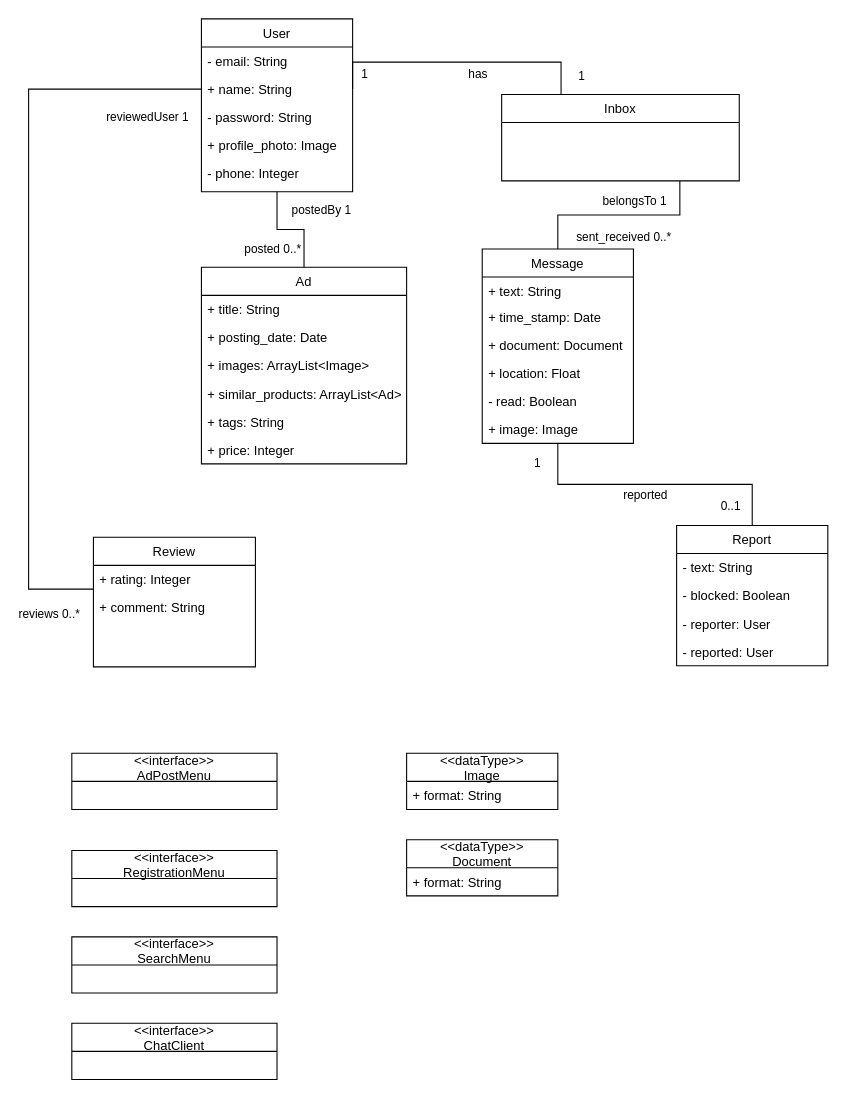
Above: Phase1Domain.drawio in spjanic10/BuySellWebApp (draw.io), before the change. Source tidied: cells renumbered, new cells numbered last; positions are measured from the earlier drawing's top-left corner, leaving out a move shared by most shapes. Both pictures are drawn from the tidied source at 108%, with x=0, y=0 at pixel (28, 18).
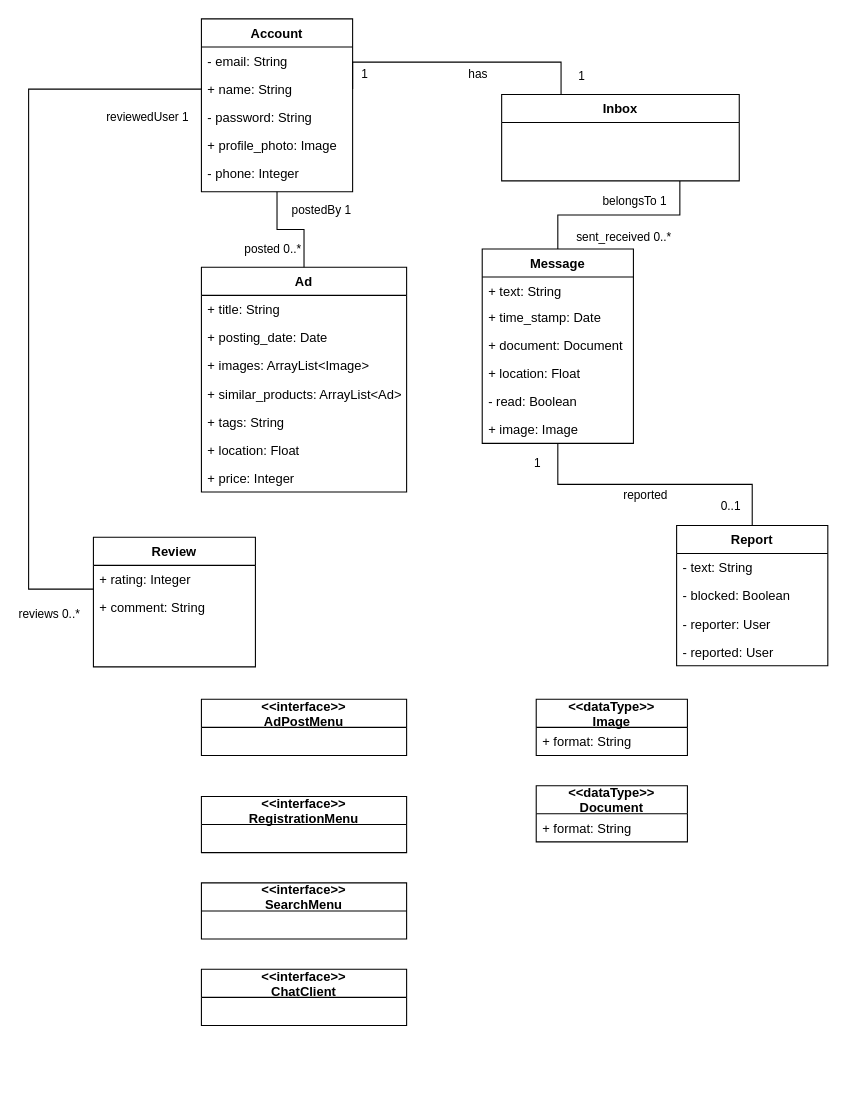
Above is the later version.

Change to the diagram source:
```diff
@@
-    <mxCell id="2" value="Inbox" style="swimlane;fontStyle=0;align=center;verticalAlign=top;horizontal=1;startSize=26;rounded=0;shadow=0;strokeWidth=1;" parent="1" vertex="1">
+    <mxCell id="2" value="Inbox" style="swimlane;fontStyle=1;align=center;verticalAlign=top;horizontal=1;startSize=26;rounded=0;shadow=0;strokeWidth=1;" parent="1" vertex="1">
       <mxGeometry x="438" y="70" width="220" height="80" as="geometry" />
     </mxCell>
-    <mxCell id="3" value="Review" style="swimlane;fontStyle=0;align=center;verticalAlign=top;horizontal=1;startSize=26;rounded=0;shadow=0;strokeWidth=1;" parent="1" vertex="1">
+    <mxCell id="3" value="Review" style="swimlane;fontStyle=1;align=center;verticalAlign=top;horizontal=1;startSize=26;rounded=0;shadow=0;strokeWidth=1;" parent="1" vertex="1">
       <mxGeometry x="60" y="480" width="150" height="120" as="geometry" />
     </mxCell>
@@
-    <mxCell id="13" value="Ad" style="swimlane;fontStyle=0;horizontal=1;startSize=26;fillColor=none;" parent="1" vertex="1">
-      <mxGeometry x="160" y="230" width="190" height="182" as="geometry" />
+    <mxCell id="13" value="Ad" style="swimlane;fontStyle=1;horizontal=1;startSize=26;fillColor=none;" parent="1" vertex="1">
+      <mxGeometry x="160" y="230" width="190" height="208" as="geometry" />
     </mxCell>
@@
+    <mxCell id="56" value="+ location: Float" style="text;strokeColor=none;fillColor=none;align=left;verticalAlign=top;spacingLeft=4;spacingRight=4;overflow=hidden;" parent="13" vertex="1">
+      <mxGeometry y="156" width="190" height="26" as="geometry" />
+    </mxCell>
     <mxCell id="19" value="+ price: Integer" style="text;strokeColor=none;fillColor=none;align=left;verticalAlign=top;spacingLeft=4;spacingRight=4;overflow=hidden;" parent="13" vertex="1">
-      <mxGeometry y="156" width="190" height="26" as="geometry" />
+      <mxGeometry y="182" width="190" height="26" as="geometry" />
     </mxCell>
@@
-    <mxCell id="23" value="Message" style="swimlane;fontStyle=0;horizontal=1;startSize=26;fillColor=none;" parent="1" vertex="1">
+    <mxCell id="23" value="Message" style="swimlane;fontStyle=1;horizontal=1;startSize=26;fillColor=none;" parent="1" vertex="1">
       <mxGeometry x="420" y="213" width="140" height="180" as="geometry" />
     </mxCell>
@@
-    <mxCell id="34" value="Report" style="swimlane;fontStyle=0;horizontal=1;startSize=26;fillColor=none;" parent="1" vertex="1">
+    <mxCell id="34" value="Report" style="swimlane;fontStyle=1;horizontal=1;startSize=26;fillColor=none;" parent="1" vertex="1">
       <mxGeometry x="600" y="469" width="140" height="130" as="geometry" />
     </mxCell>
@@
-    <mxCell id="39" value="User" style="swimlane;fontStyle=0;horizontal=1;startSize=26;fillColor=none;" parent="1" vertex="1">
+    <mxCell id="39" value="Account" style="swimlane;fontStyle=1;horizontal=1;startSize=26;fillColor=none;" parent="1" vertex="1">
       <mxGeometry x="160" width="140" height="160" as="geometry" />
     </mxCell>
@@
-    <mxCell id="48" value="&lt;&lt;dataType&gt;&gt;&#10;Image" style="swimlane;fontStyle=0;horizontal=1;startSize=26;fillColor=none;" parent="1" vertex="1">
-      <mxGeometry x="350" y="680" width="140" height="52" as="geometry" />
+    <mxCell id="48" value="&lt;&lt;dataType&gt;&gt;&#10;Image" style="swimlane;fontStyle=1;horizontal=1;startSize=26;fillColor=none;" parent="1" vertex="1">
+      <mxGeometry x="470" y="630" width="140" height="52" as="geometry" />
     </mxCell>
@@
-    <mxCell id="50" value="&lt;&lt;dataType&gt;&gt;&#10;Document" style="swimlane;fontStyle=0;horizontal=1;startSize=26;fillColor=none;" parent="1" vertex="1">
-      <mxGeometry x="350" y="760" width="140" height="52" as="geometry" />
+    <mxCell id="50" value="&lt;&lt;dataType&gt;&gt;&#10;Document" style="swimlane;fontStyle=1;horizontal=1;startSize=26;fillColor=none;" parent="1" vertex="1">
+      <mxGeometry x="470" y="710" width="140" height="52" as="geometry" />
     </mxCell>
@@
-    <mxCell id="52" value="&lt;&lt;interface&gt;&gt;&#10;SearchMenu" style="swimlane;fontStyle=0;horizontal=1;startSize=26;fillColor=none;" parent="1" vertex="1">
-      <mxGeometry x="40" y="850" width="190" height="52" as="geometry" />
+    <mxCell id="52" value="&lt;&lt;interface&gt;&gt;&#10;SearchMenu" style="swimlane;fontStyle=1;horizontal=1;startSize=26;fillColor=none;" parent="1" vertex="1">
+      <mxGeometry x="160" y="800" width="190" height="52" as="geometry" />
     </mxCell>
-    <mxCell id="53" value="&lt;&lt;interface&gt;&gt;&#10;RegistrationMenu" style="swimlane;fontStyle=0;horizontal=1;startSize=26;fillColor=none;" parent="1" vertex="1">
-      <mxGeometry x="40" y="770" width="190" height="52" as="geometry" />
+    <mxCell id="53" value="&lt;&lt;interface&gt;&gt;&#10;RegistrationMenu" style="swimlane;fontStyle=1;horizontal=1;startSize=26;fillColor=none;" parent="1" vertex="1">
+      <mxGeometry x="160" y="720" width="190" height="52" as="geometry" />
     </mxCell>
-    <mxCell id="54" value="&lt;&lt;interface&gt;&gt;&#10;AdPostMenu" style="swimlane;fontStyle=0;horizontal=1;startSize=26;fillColor=none;" parent="1" vertex="1">
-      <mxGeometry x="40" y="680" width="190" height="52" as="geometry" />
+    <mxCell id="54" value="&lt;&lt;interface&gt;&gt;&#10;AdPostMenu" style="swimlane;fontStyle=1;horizontal=1;startSize=26;fillColor=none;" parent="1" vertex="1">
+      <mxGeometry x="160" y="630" width="190" height="52" as="geometry" />
     </mxCell>
-    <mxCell id="55" value="&lt;&lt;interface&gt;&gt;&#10;ChatClient" style="swimlane;fontStyle=0;horizontal=1;startSize=26;fillColor=none;" parent="1" vertex="1">
-      <mxGeometry x="40" y="930" width="190" height="52" as="geometry" />
+    <mxCell id="55" value="&lt;&lt;interface&gt;&gt;&#10;ChatClient" style="swimlane;fontStyle=1;horizontal=1;startSize=26;fillColor=none;" parent="1" vertex="1">
+      <mxGeometry x="160" y="880" width="190" height="52" as="geometry" />
     </mxCell>
```
